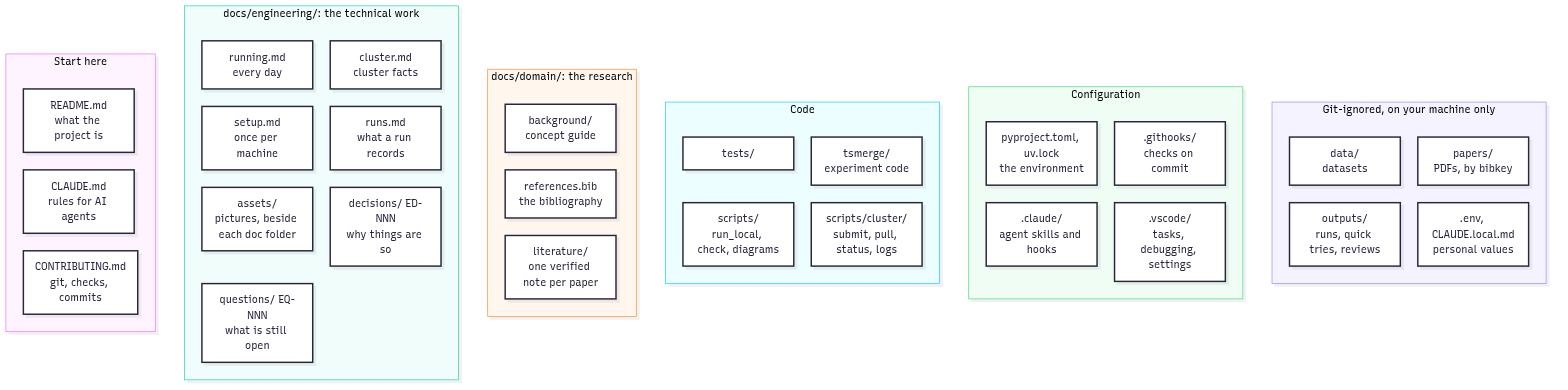
Earlier version of the Mermaid export docs/assets/repository-map.png (daliran/tsmerge). Its source is kept beside it as docs/assets/repository-map.mmd. Its diagram source:
```mermaid
flowchart LR
  subgraph start["Start here"]
    direction TB
    readme["README.md<br/>what the project is"]
    claude["CLAUDE.md<br/>rules for AI agents"]
    contributing["CONTRIBUTING.md<br/>git, checks, commits"]
  end

  subgraph docs["docs/engineering/: the technical work"]
    direction TB
    setup["setup.md<br/>once per machine"]
    running["running.md<br/>every day"]
    cluster["cluster.md<br/>cluster facts"]
    runsdoc["runs.md<br/>what a run records"]
    decisions["decisions/ ED-NNN<br/>why things are so"]
    questions["questions/ EQ-NNN<br/>what is still open"]
    diagrams["assets/<br/>pictures, beside each doc folder"]
  end

  subgraph domain["docs/domain/: the research"]
    direction TB
    background["background/<br/>concept guide"]
    bib["references.bib<br/>the bibliography"]
    literature["literature/<br/>one verified note per paper"]
  end

  subgraph code["Code"]
    direction TB
    pkg["tsmerge/<br/>experiment code"]
    tests["tests/"]
    scripts["scripts/<br/>run_local, check, diagrams"]
    clusterscripts["scripts/cluster/<br/>submit, pull, status, logs"]
  end

  subgraph tooling["Configuration"]
    direction TB
    pyproject["pyproject.toml, uv.lock<br/>the environment"]
    githooks[".githooks/<br/>checks on commit"]
    vscode[".vscode/<br/>tasks, debugging, settings"]
    dotclaude[".claude/<br/>agent skills and hooks"]
  end

  subgraph local["Git-ignored, on your machine only"]
    direction TB
    outputs["outputs/<br/>runs, quick tries, reviews"]
    data["data/<br/>datasets"]
    papers["papers/<br/>PDFs, by bibkey"]
    env[".env, CLAUDE.local.md<br/>personal values"]
  end

  start ~~~ docs
  docs ~~~ domain
  domain ~~~ code
  code ~~~ tooling
  tooling ~~~ local
```
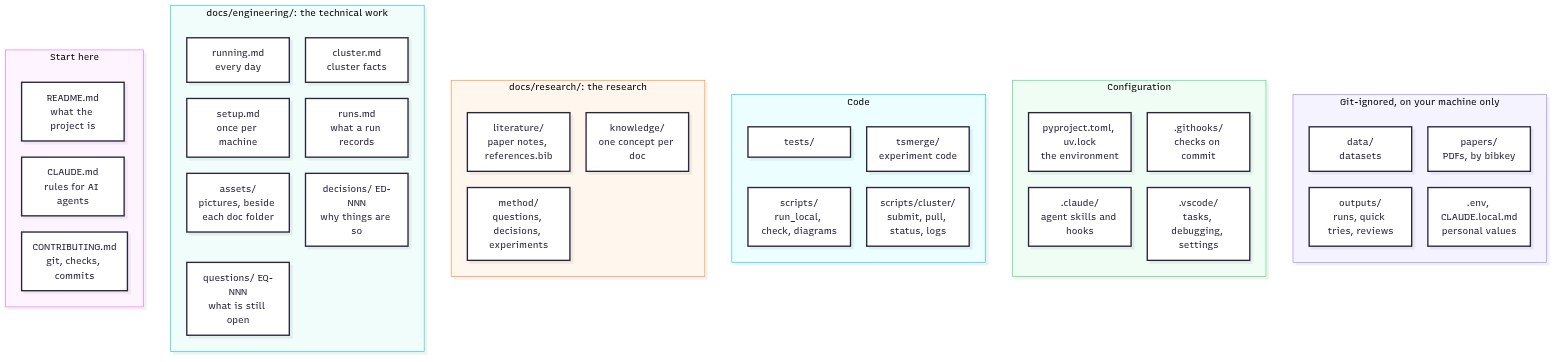
The same file after the commit.

Change to the diagram source:
```diff
@@ -17,11 +17,11 @@
     diagrams["assets/<br/>pictures, beside each doc folder"]
   end
 
-  subgraph domain["docs/domain/: the research"]
+  subgraph research["docs/research/: the research"]
     direction TB
-    background["background/<br/>concept guide"]
-    bib["references.bib<br/>the bibliography"]
-    literature["literature/<br/>one verified note per paper"]
+    literature["literature/<br/>paper notes, references.bib"]
+    knowledge["knowledge/<br/>one concept per doc"]
+    method["method/<br/>questions, decisions, experiments"]
   end
 
   subgraph code["Code"]
@@ -49,7 +49,7 @@
   end
 
   start ~~~ docs
-  docs ~~~ domain
-  domain ~~~ code
+  docs ~~~ research
+  research ~~~ code
   code ~~~ tooling
   tooling ~~~ local
```
